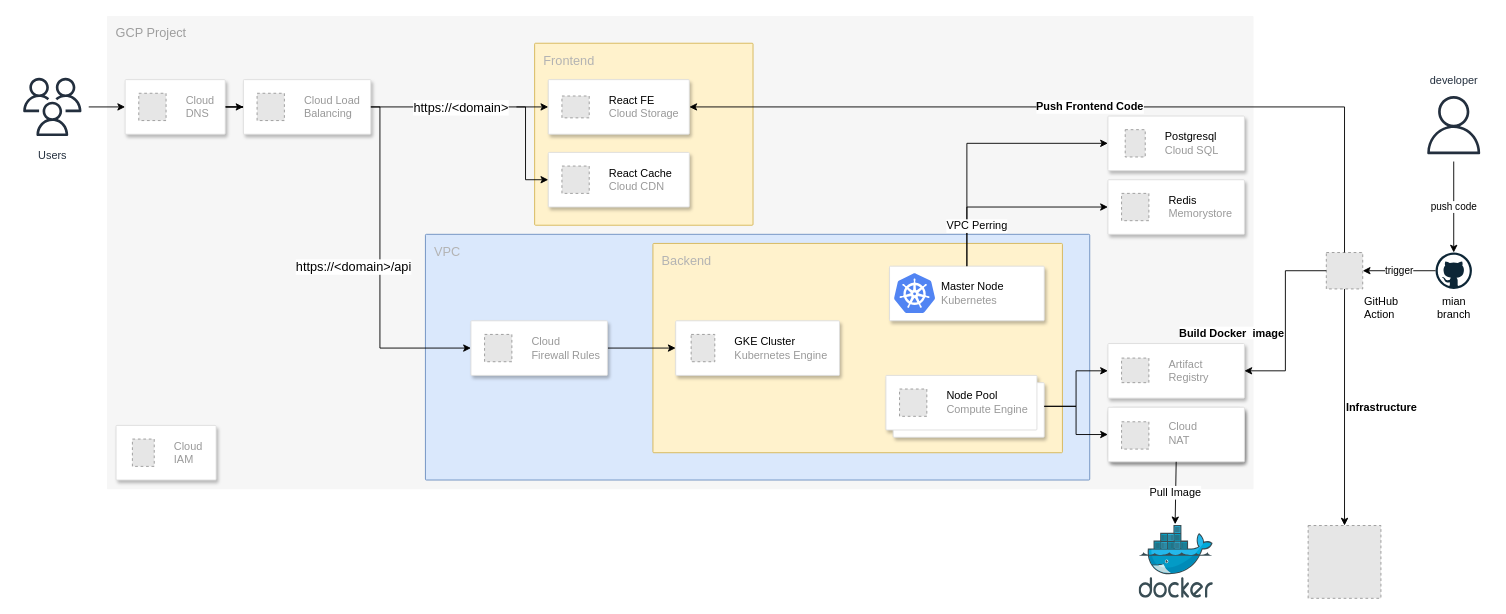
This is docs/architecture.drawio from RulerChen/LoginHub, a draw.io file, before an edit. Source tidied: cells renumbered, new cells numbered last; positions are measured from the earlier drawing's top-left corner, leaving out a move shared by most shapes. Both pictures are drawn from the tidied source at 91%, with x=0, y=0 at pixel (15, 15). Pictures stored in the file or linked from it are replaced by grey dashed boxes.
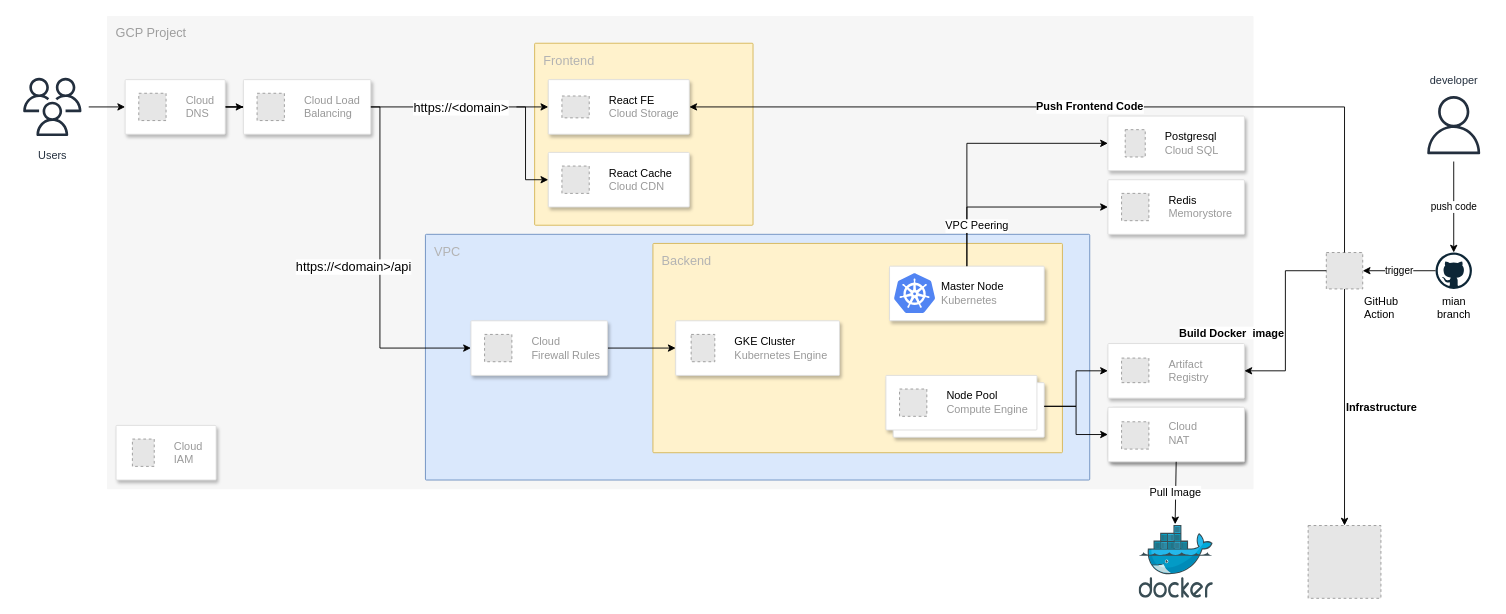
After the change.

The change refers to these unchanged cells:
```xml
<mxCell id="37" style="endArrow=classic;html=1;rounded=0;exitX=0.5;exitY=0;exitDx=0;exitDy=0;entryX=0;entryY=0.5;entryDx=0;entryDy=0;edgeStyle=orthogonalEdgeStyle;" parent="1" edge="1" source="30" target="34">
  <mxGeometry relative="1" as="geometry" />
</mxCell>
```

What changed in the source:
```diff
@@
-    <mxCell id="38" value="VPC Perring" style="edgeLabel;html=1;align=center;verticalAlign=middle;fontSize=12;" parent="37" vertex="1">
+    <mxCell id="38" value="VPC Peering" style="edgeLabel;html=1;align=center;verticalAlign=middle;fontSize=12;" parent="37" vertex="1">
       <mxGeometry relative="1" as="geometry">
         <mxPoint x="-35" y="20" as="offset" />
       </mxGeometry>
     </mxCell>
```
